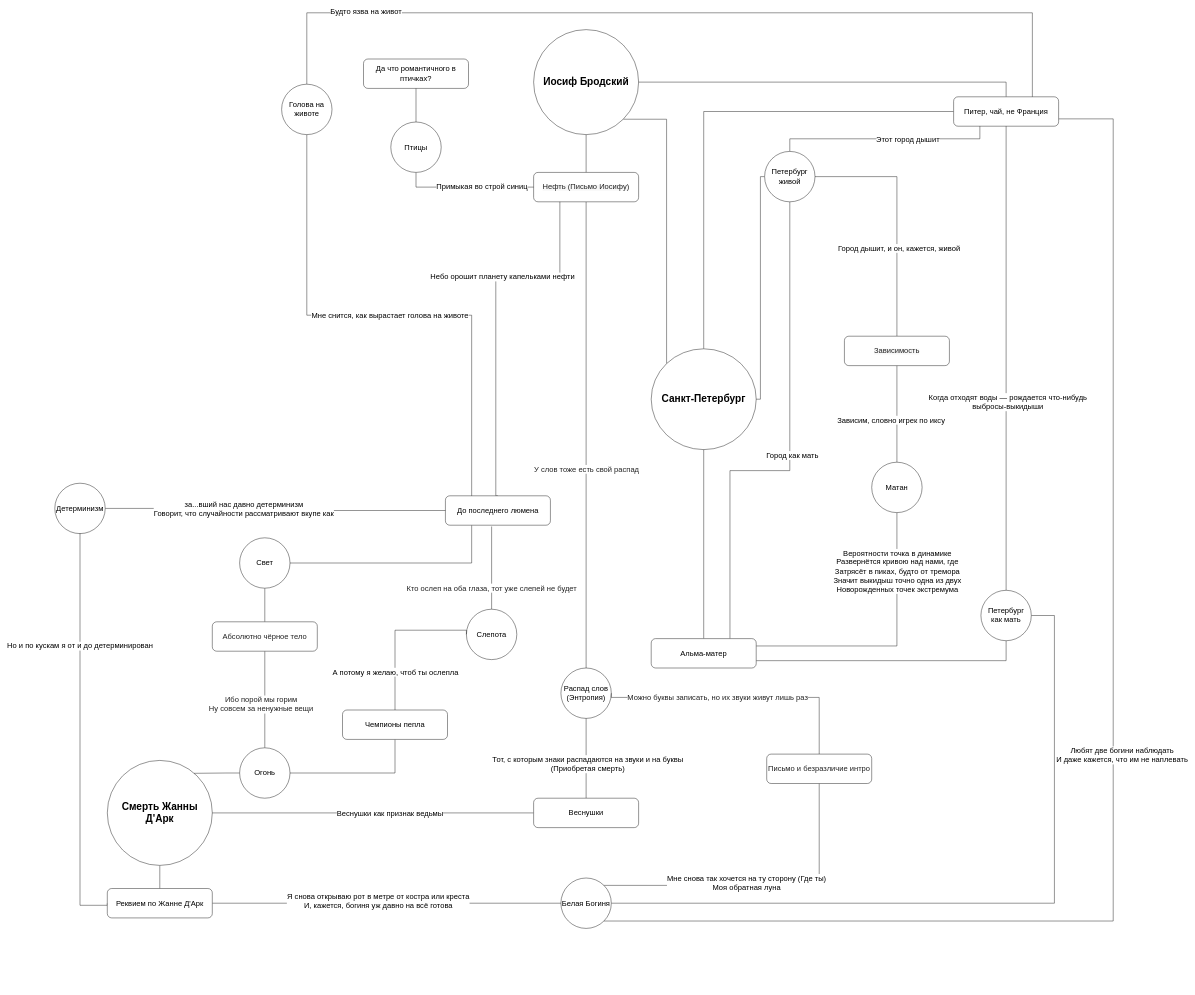
This is Untitled Diagram.drawio from RainDreamerX/pyrokinesis, a draw.io file, before an edit. Source tidied: cells renumbered, new cells numbered last; positions are measured from the earlier drawing's top-left corner, leaving out a move shared by most shapes. Both pictures are drawn from the tidied source at 42%, with x=0, y=0 at pixel (55, 13).
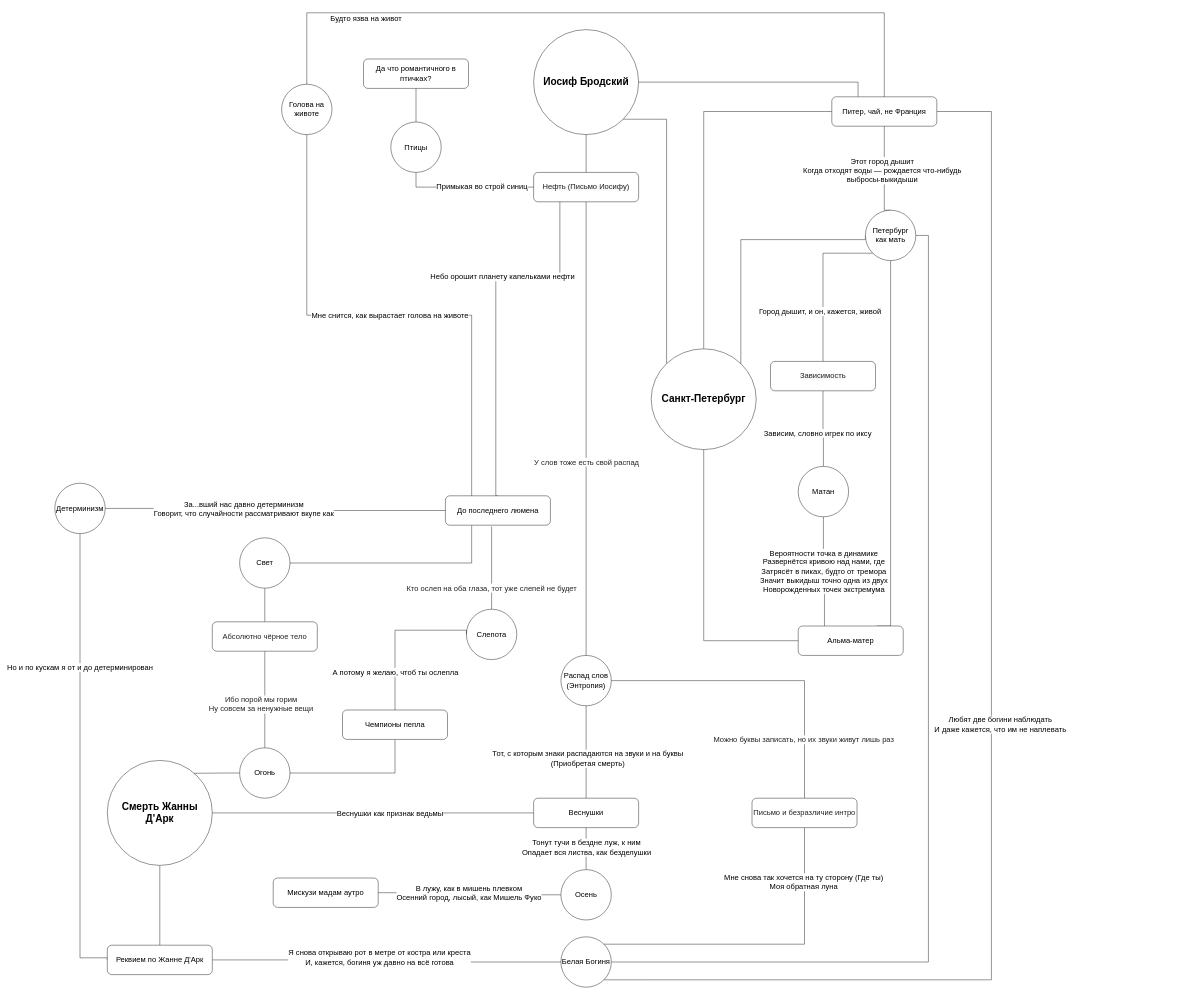
After the change.

The change refers to these unchanged cells:
```xml
<mxCell id="4" value="&lt;b&gt;&lt;font style=&quot;font-size: 24px&quot;&gt;Санкт-Петербург&lt;/font&gt;&lt;/b&gt;" style="ellipse;whiteSpace=wrap;html=1;" parent="1" vertex="1">
  <mxGeometry x="1420" y="800" width="250" height="240" as="geometry" />
</mxCell>
<mxCell id="6" value="&lt;b&gt;&lt;font style=&quot;font-size: 24px&quot;&gt;Иосиф Бродский&lt;/font&gt;&lt;/b&gt;" style="ellipse;whiteSpace=wrap;html=1;" parent="1" vertex="1">
  <mxGeometry x="1140" y="40" width="250" height="250" as="geometry" />
</mxCell>
<mxCell id="66" value="&lt;font style=&quot;font-size: 18px&quot;&gt;Веснушки&lt;/font&gt;" style="rounded=1;whiteSpace=wrap;html=1;" parent="1" vertex="1">
  <mxGeometry x="1140" y="1870" width="250" height="70" as="geometry" />
</mxCell>
<mxCell id="71" style="edgeStyle=orthogonalEdgeStyle;rounded=0;jettySize=auto;html=1;entryX=0;entryY=0.5;entryDx=0;entryDy=0;endArrow=none;endFill=0;" parent="1" edge="1" source="73" target="65">
  <mxGeometry relative="1" as="geometry" />
</mxCell>
<mxCell id="73" value="&lt;font style=&quot;font-size: 18px&quot;&gt;Детерминизм&lt;/font&gt;" style="ellipse;whiteSpace=wrap;html=1;" parent="1" vertex="1">
  <mxGeometry y="1120" width="120" height="120" as="geometry" />
</mxCell>
<mxCell id="76" value="&lt;span style=&quot;font-size: 18px&quot;&gt;Голова на животе&lt;/span&gt;" style="ellipse;whiteSpace=wrap;html=1;" parent="1" vertex="1">
  <mxGeometry x="540" y="170" width="120" height="120" as="geometry" />
</mxCell>
```

The edit, as a diff of the source:
```diff
@@
     <mxCell id="9" value="&lt;font style=&quot;font-size: 18px&quot;&gt;Распад слов (Энтропия)&lt;/font&gt;" style="ellipse;whiteSpace=wrap;html=1;" parent="1" vertex="1">
-      <mxGeometry x="1205" y="1560" width="120" height="120" as="geometry" />
+      <mxGeometry x="1205" y="1530" width="120" height="120" as="geometry" />
     </mxCell>
     <mxCell id="10" style="edgeStyle=orthogonalEdgeStyle;rounded=0;jettySize=auto;html=1;entryX=1;entryY=0.5;entryDx=0;entryDy=0;endArrow=none;endFill=0;exitX=0.5;exitY=0;exitDx=0;exitDy=0;" parent="1" edge="1" source="14" target="9">
       <mxGeometry relative="1" as="geometry">
         <Array as="points">
-          <mxPoint x="1820" y="1630" />
-          <mxPoint x="1325" y="1630" />
+          <mxPoint x="1785" y="1590" />
         </Array>
       </mxGeometry>
     </mxCell>
     <mxCell id="11" value="&lt;span style=&quot;color: rgb(34 , 34 , 34) ; font-family: &amp;#34;programme&amp;#34; , &amp;#34;arial&amp;#34; , sans-serif ; font-size: 18px&quot;&gt;Можно буквы записать, но их звуки живут лишь раз&lt;/span&gt;" style="edgeLabel;html=1;align=center;verticalAlign=middle;" parent="10" vertex="1">
       <mxGeometry x="-0.16" y="1" relative="1" as="geometry">
-        <mxPoint x="-108.3" y="-1" as="offset" />
+        <mxPoint x="28.6" y="139" as="offset" />
       </mxGeometry>
     </mxCell>
     <mxCell id="12" style="edgeStyle=orthogonalEdgeStyle;rounded=0;jettySize=auto;html=1;endArrow=none;endFill=0;exitX=0.5;exitY=1;exitDx=0;exitDy=0;entryX=1;entryY=0;entryDx=0;entryDy=0;" parent="1" edge="1" source="14" target="49">
       <mxGeometry relative="1" as="geometry">
         <Array as="points">
-          <mxPoint x="1820" y="2078" />
+          <mxPoint x="1785" y="2218" />
         </Array>
       </mxGeometry>
     </mxCell>
     <mxCell id="13" value="&lt;div&gt;&lt;span style=&quot;font-size: 18px&quot;&gt;Мне снова так хочется на ту сторону (Где ты)&lt;/span&gt;&lt;/div&gt;&lt;div&gt;&lt;span style=&quot;font-size: 18px&quot;&gt;Моя обратная луна&lt;/span&gt;&lt;/div&gt;" style="edgeLabel;html=1;align=center;verticalAlign=middle;" parent="12" vertex="1">
       <mxGeometry x="0.1" y="-6" relative="1" as="geometry">
-        <mxPoint x="-1" as="offset" />
+        <mxPoint x="134.6" y="-141.6" as="offset" />
       </mxGeometry>
     </mxCell>
     <mxCell id="14" value="&lt;font size=&quot;1&quot;&gt;&lt;span style=&quot;color: rgb(34 , 34 , 34) ; font-family: &amp;#34;programme&amp;#34; , &amp;#34;arial&amp;#34; , sans-serif ; font-size: 18px ; background-color: rgb(255 , 255 , 255)&quot;&gt;Письмо и безразличие интро&lt;/span&gt;&lt;/font&gt;" style="rounded=1;whiteSpace=wrap;html=1;" parent="1" vertex="1">
-      <mxGeometry x="1695" y="1765" width="250" height="70" as="geometry" />
+      <mxGeometry x="1660" y="1870" width="250" height="70" as="geometry" />
     </mxCell>
@@
-    <mxCell id="25" style="edgeStyle=orthogonalEdgeStyle;rounded=0;jettySize=auto;html=1;entryX=1;entryY=0.5;entryDx=0;entryDy=0;endArrow=none;endFill=0;exitX=0.5;exitY=0;exitDx=0;exitDy=0;" parent="1" edge="1" source="27" target="60">
-      <mxGeometry relative="1" as="geometry" />
+    <mxCell id="25" style="edgeStyle=orthogonalEdgeStyle;rounded=0;jettySize=auto;html=1;endArrow=none;endFill=0;exitX=0.5;exitY=0;exitDx=0;exitDy=0;entryX=0;entryY=1;entryDx=0;entryDy=0;" parent="1" edge="1" source="27" target="60">
+      <mxGeometry relative="1" as="geometry">
+        <Array as="points">
+          <mxPoint x="1829" y="572" />
+        </Array>
+      </mxGeometry>
     </mxCell>
     <mxCell id="26" value="&lt;font style=&quot;font-size: 18px&quot;&gt;Город дышит, и он, кажется, живой&lt;/font&gt;" style="edgeLabel;html=1;align=center;verticalAlign=middle;" parent="25" vertex="1">
       <mxGeometry x="0.58" y="6" relative="1" as="geometry">
-        <mxPoint x="78.3" y="164" as="offset" />
+        <mxPoint x="-47.4" y="143.6" as="offset" />
       </mxGeometry>
     </mxCell>
     <mxCell id="27" value="&lt;font color=&quot;#222222&quot; face=&quot;programme, arial, sans-serif&quot;&gt;&lt;span style=&quot;background-color: rgb(247 , 247 , 247)&quot;&gt;&lt;font style=&quot;font-size: 18px&quot;&gt;Зависимость&lt;/font&gt;&lt;br&gt;&lt;/span&gt;&lt;/font&gt;" style="rounded=1;whiteSpace=wrap;html=1;" parent="1" vertex="1">
-      <mxGeometry x="1880" y="770" width="250" height="70" as="geometry" />
+      <mxGeometry x="1704" y="830" width="250" height="70" as="geometry" />
     </mxCell>
@@
-    <mxCell id="33" style="edgeStyle=orthogonalEdgeStyle;rounded=0;jettySize=auto;html=1;entryX=1;entryY=0.5;entryDx=0;entryDy=0;endArrow=none;endFill=0;exitX=0.5;exitY=0;exitDx=0;exitDy=0;" parent="1" edge="1" source="43" target="6">
+    <mxCell id="33" style="edgeStyle=orthogonalEdgeStyle;rounded=0;jettySize=auto;html=1;entryX=1;entryY=0.5;entryDx=0;entryDy=0;endArrow=none;endFill=0;exitX=0.25;exitY=0;exitDx=0;exitDy=0;" parent="1" edge="1" source="43" target="6">
       <mxGeometry relative="1" as="geometry" />
     </mxCell>
@@
-    <mxCell id="41" style="edgeStyle=orthogonalEdgeStyle;rounded=0;jettySize=auto;html=1;endArrow=none;endFill=0;exitX=1;exitY=0.75;exitDx=0;exitDy=0;entryX=1;entryY=1;entryDx=0;entryDy=0;" parent="1" edge="1" source="43" target="49">
+    <mxCell id="41" style="edgeStyle=orthogonalEdgeStyle;rounded=0;jettySize=auto;html=1;endArrow=none;endFill=0;exitX=1;exitY=0.5;exitDx=0;exitDy=0;entryX=1;entryY=1;entryDx=0;entryDy=0;" parent="1" edge="1" source="43" target="49">
       <mxGeometry relative="1" as="geometry">
         <Array as="points">
-          <mxPoint x="2520" y="253" />
-          <mxPoint x="2520" y="2162" />
-          <mxPoint x="1307" y="2162" />
+          <mxPoint x="2230" y="235" />
+          <mxPoint x="2230" y="2302" />
         </Array>
       </mxGeometry>
     </mxCell>
@@
     <mxCell id="43" value="&lt;span style=&quot;font-size: 18px&quot;&gt;Питер, чай, не Франция&lt;/span&gt;" style="rounded=1;whiteSpace=wrap;html=1;" parent="1" vertex="1">
-      <mxGeometry x="2140" y="200" width="250" height="70" as="geometry" />
+      <mxGeometry x="1850" y="200" width="250" height="70" as="geometry" />
     </mxCell>
-    <mxCell id="44" style="edgeStyle=orthogonalEdgeStyle;rounded=0;jettySize=auto;html=1;entryX=0.5;entryY=1;entryDx=0;entryDy=0;endArrow=none;endFill=0;" parent="1" edge="1" source="48" target="43">
-      <mxGeometry relative="1" as="geometry" />
+    <mxCell id="44" style="edgeStyle=orthogonalEdgeStyle;rounded=0;jettySize=auto;html=1;entryX=0.5;entryY=1;entryDx=0;entryDy=0;endArrow=none;endFill=0;exitX=0.5;exitY=0;exitDx=0;exitDy=0;" parent="1" edge="1" source="60" target="43">
+      <mxGeometry relative="1" as="geometry">
+        <Array as="points">
+          <mxPoint x="1975" y="470" />
+        </Array>
+      </mxGeometry>
     </mxCell>
-    <mxCell id="45" value="&lt;div style=&quot;font-size: 18px&quot;&gt;&lt;font style=&quot;font-size: 18px&quot;&gt;Когда отходят воды — рождается что-нибудь&lt;br&gt;выбросы-выкидыши&lt;/font&gt;&lt;/div&gt;" style="edgeLabel;html=1;align=center;verticalAlign=middle;" parent="44" vertex="1">
+    <mxCell id="45" value="&lt;span style=&quot;font-size: 18px&quot;&gt;Этот город дышит&lt;/span&gt;&lt;div style=&quot;font-size: 18px&quot;&gt;&lt;font style=&quot;font-size: 18px&quot;&gt;Когда отходят воды — рождается что-нибудь&lt;br&gt;выбросы-выкидыши&lt;/font&gt;&lt;/div&gt;" style="edgeLabel;html=1;align=center;verticalAlign=middle;" parent="44" vertex="1">
       <mxGeometry x="-0.19" y="-3" relative="1" as="geometry">
-        <mxPoint y="-1" as="offset" />
+        <mxPoint x="-8.1" y="-22.9" as="offset" />
       </mxGeometry>
     </mxCell>
-    <mxCell id="46" style="edgeStyle=orthogonalEdgeStyle;rounded=0;jettySize=auto;html=1;entryX=1;entryY=0.75;entryDx=0;entryDy=0;endArrow=none;endFill=0;" parent="1" edge="1" source="48" target="55">
-      <mxGeometry relative="1" as="geometry">
-        <Array as="points">
-          <mxPoint x="2265" y="1543" />
-        </Array>
-      </mxGeometry>
-    </mxCell>
-    <mxCell id="47" style="edgeStyle=orthogonalEdgeStyle;rounded=0;jettySize=auto;html=1;endArrow=none;endFill=0;exitX=1;exitY=0.5;exitDx=0;exitDy=0;entryX=1;entryY=0.5;entryDx=0;entryDy=0;" parent="1" edge="1" source="48" target="49">
+    <mxCell id="47" style="edgeStyle=orthogonalEdgeStyle;rounded=0;jettySize=auto;html=1;endArrow=none;endFill=0;entryX=1;entryY=0.5;entryDx=0;entryDy=0;exitX=1;exitY=0.5;exitDx=0;exitDy=0;" parent="1" edge="1" source="60" target="49">
       <mxGeometry relative="1" as="geometry">
         <Array as="points">
-          <mxPoint x="2380" y="1435" />
-          <mxPoint x="2380" y="2120" />
+          <mxPoint x="2080" y="530" />
+          <mxPoint x="2080" y="2260" />
         </Array>
       </mxGeometry>
     </mxCell>
-    <mxCell id="48" value="&lt;font style=&quot;font-size: 18px&quot;&gt;Петербург&lt;br&gt;как мать&lt;/font&gt;" style="ellipse;whiteSpace=wrap;html=1;" parent="1" vertex="1">
-      <mxGeometry x="2205" y="1375" width="120" height="120" as="geometry" />
-    </mxCell>
     <mxCell id="49" value="&lt;span style=&quot;font-size: 18px&quot;&gt;Белая Богиня&lt;/span&gt;" style="ellipse;whiteSpace=wrap;html=1;" parent="1" vertex="1">
-      <mxGeometry x="1205" y="2060" width="120" height="120" as="geometry" />
+      <mxGeometry x="1205" y="2200" width="120" height="120" as="geometry" />
     </mxCell>
-    <mxCell id="50" style="edgeStyle=orthogonalEdgeStyle;rounded=0;jettySize=auto;html=1;entryX=0.5;entryY=1;entryDx=0;entryDy=0;endArrow=none;endFill=0;" parent="1" edge="1" source="55" target="4">
+    <mxCell id="50" style="edgeStyle=orthogonalEdgeStyle;rounded=0;jettySize=auto;html=1;entryX=0.5;entryY=1;entryDx=0;entryDy=0;endArrow=none;endFill=0;exitX=0;exitY=0.5;exitDx=0;exitDy=0;" parent="1" edge="1" source="55" target="4">
       <mxGeometry relative="1" as="geometry" />
     </mxCell>
-    <mxCell id="51" style="edgeStyle=orthogonalEdgeStyle;rounded=0;jettySize=auto;html=1;entryX=0.5;entryY=1;entryDx=0;entryDy=0;endArrow=none;endFill=0;exitX=0.75;exitY=0;exitDx=0;exitDy=0;" parent="1" edge="1" source="55" target="60">
-      <mxGeometry relative="1" as="geometry">
-        <Array as="points">
-          <mxPoint x="1608" y="1090" />
-          <mxPoint x="1750" y="1090" />
-        </Array>
-      </mxGeometry>
-    </mxCell>
-    <mxCell id="52" value="&lt;span style=&quot;font-size: 18px&quot;&gt;Город как мать&lt;/span&gt;" style="edgeLabel;html=1;align=center;verticalAlign=middle;" parent="51" vertex="1">
-      <mxGeometry x="-0.02" y="1" relative="1" as="geometry">
-        <mxPoint x="6.3" as="offset" />
-      </mxGeometry>
-    </mxCell>
-    <mxCell id="53" style="edgeStyle=orthogonalEdgeStyle;rounded=0;jettySize=auto;html=1;endArrow=none;endFill=0;exitX=1;exitY=0.25;exitDx=0;exitDy=0;" parent="1" edge="1" source="55" target="56">
+    <mxCell id="53" style="edgeStyle=orthogonalEdgeStyle;rounded=0;jettySize=auto;html=1;endArrow=none;endFill=0;exitX=0.25;exitY=0;exitDx=0;exitDy=0;" parent="1" edge="1" source="55" target="56">
       <mxGeometry relative="1" as="geometry" />
     </mxCell>
     <mxCell id="54" value="&lt;div style=&quot;font-size: 18px&quot;&gt;&lt;font style=&quot;font-size: 18px&quot;&gt;Вероятности точка в динамике&lt;/font&gt;&lt;/div&gt;&lt;div style=&quot;font-size: 18px&quot;&gt;&lt;font style=&quot;font-size: 18px&quot;&gt;Развернётся кривою над нами, где&lt;/font&gt;&lt;/div&gt;&lt;div style=&quot;font-size: 18px&quot;&gt;&lt;font style=&quot;font-size: 18px&quot;&gt;Затрясёт в пиках, будто от тремора&lt;/font&gt;&lt;/div&gt;&lt;div style=&quot;font-size: 18px&quot;&gt;&lt;font style=&quot;font-size: 18px&quot;&gt;Значит выкидыш точно одна из двух&lt;/font&gt;&lt;/div&gt;&lt;div style=&quot;font-size: 18px&quot;&gt;&lt;font style=&quot;font-size: 18px&quot;&gt;Новорожденных точек экстремума&lt;/font&gt;&lt;/div&gt;" style="edgeLabel;html=1;align=center;verticalAlign=middle;" parent="53" vertex="1">
       <mxGeometry x="0.76" y="3" relative="1" as="geometry">
-        <mxPoint x="3" y="60.8" as="offset" />
+        <mxPoint x="3" y="98.1" as="offset" />
       </mxGeometry>
     </mxCell>
+    <mxCell id="51" style="edgeStyle=orthogonalEdgeStyle;rounded=0;jettySize=auto;html=1;entryX=0.5;entryY=1;entryDx=0;entryDy=0;endArrow=none;endFill=0;exitX=0.75;exitY=0;exitDx=0;exitDy=0;" parent="1" edge="1" source="55" target="60">
+      <mxGeometry relative="1" as="geometry">
+        <Array as="points">
+          <mxPoint x="1990" y="1460" />
+        </Array>
+      </mxGeometry>
+    </mxCell>
     <mxCell id="55" value="&lt;span style=&quot;font-size: 18px&quot;&gt;Альма-матер&lt;br&gt;&lt;/span&gt;" style="rounded=1;whiteSpace=wrap;html=1;" parent="1" vertex="1">
-      <mxGeometry x="1420" y="1490" width="250" height="70" as="geometry" />
+      <mxGeometry x="1770" y="1460" width="250" height="70" as="geometry" />
     </mxCell>
     <mxCell id="56" value="&lt;span style=&quot;font-size: 18px&quot;&gt;Матан&lt;/span&gt;" style="ellipse;whiteSpace=wrap;html=1;direction=south;" parent="1" vertex="1">
-      <mxGeometry x="1945" y="1070" width="120" height="120" as="geometry" />
+      <mxGeometry x="1770" y="1080" width="120" height="120" as="geometry" />
     </mxCell>
-    <mxCell id="57" style="edgeStyle=orthogonalEdgeStyle;rounded=0;jettySize=auto;html=1;entryX=0.25;entryY=1;entryDx=0;entryDy=0;endArrow=none;endFill=0;exitX=0.5;exitY=0;exitDx=0;exitDy=0;" parent="1" edge="1" source="60" target="43">
-      <mxGeometry relative="1" as="geometry">
-        <Array as="points">
-          <mxPoint x="1750" y="300" />
-          <mxPoint x="2203" y="300" />
-        </Array>
-      </mxGeometry>
-    </mxCell>
-    <mxCell id="58" value="&lt;font style=&quot;font-size: 18px&quot;&gt;Этот город дышит&lt;/font&gt;" style="edgeLabel;html=1;align=center;verticalAlign=middle;" parent="57" vertex="1">
-      <mxGeometry x="-0.71" y="1" relative="1" as="geometry">
-        <mxPoint x="236" y="1" as="offset" />
-      </mxGeometry>
-    </mxCell>
-    <mxCell id="59" style="edgeStyle=orthogonalEdgeStyle;rounded=0;jettySize=auto;html=1;entryX=1;entryY=0.5;entryDx=0;entryDy=0;endArrow=none;endFill=0;" parent="1" edge="1" source="60" target="4">
+    <mxCell id="59" style="edgeStyle=orthogonalEdgeStyle;rounded=0;jettySize=auto;html=1;entryX=1;entryY=0;entryDx=0;entryDy=0;endArrow=none;endFill=0;exitX=0;exitY=0.5;exitDx=0;exitDy=0;" parent="1" edge="1" source="60" target="4">
       <mxGeometry relative="1" as="geometry">
         <Array as="points">
-          <mxPoint x="1680" y="390" />
-          <mxPoint x="1680" y="920" />
+          <mxPoint x="1930" y="540" />
+          <mxPoint x="1633" y="540" />
         </Array>
       </mxGeometry>
     </mxCell>
-    <mxCell id="60" value="&lt;span style=&quot;font-size: 18px&quot;&gt;Петербург живой&lt;/span&gt;" style="ellipse;whiteSpace=wrap;html=1;" parent="1" vertex="1">
-      <mxGeometry x="1690" y="330" width="120" height="120" as="geometry" />
+    <mxCell id="60" value="&lt;span style=&quot;font-size: 18px&quot;&gt;Петербург&lt;br&gt;как мать&lt;/span&gt;" style="ellipse;whiteSpace=wrap;html=1;" parent="1" vertex="1">
+      <mxGeometry x="1930" y="470" width="120" height="120" as="geometry" />
     </mxCell>
@@
-    <mxCell id="63" style="edgeStyle=orthogonalEdgeStyle;rounded=0;jettySize=auto;html=1;entryX=0.75;entryY=0;entryDx=0;entryDy=0;endArrow=none;endFill=0;exitX=0.5;exitY=0;exitDx=0;exitDy=0;" parent="1" edge="1" source="76" target="43">
+    <mxCell id="63" style="edgeStyle=orthogonalEdgeStyle;rounded=0;jettySize=auto;html=1;entryX=0.5;entryY=0;entryDx=0;entryDy=0;endArrow=none;endFill=0;exitX=0.5;exitY=0;exitDx=0;exitDy=0;" parent="1" edge="1" source="76" target="43">
       <mxGeometry relative="1" as="geometry">
         <Array as="points">
           <mxPoint x="600" />
-          <mxPoint x="2328" />
+          <mxPoint x="1975" />
         </Array>
       </mxGeometry>
     </mxCell>
@@
     <mxCell id="67" value="&lt;font style=&quot;font-size: 18px&quot;&gt;Но и по кускам я от и до детерминирован&lt;/font&gt;" style="edgeStyle=orthogonalEdgeStyle;rounded=0;jettySize=auto;html=1;entryX=0.5;entryY=1;entryDx=0;entryDy=0;endArrow=none;endFill=0;exitX=0;exitY=0.5;exitDx=0;exitDy=0;" parent="1" edge="1" source="70" target="73">
       <mxGeometry x="0.41" relative="1" as="geometry">
         <Array as="points">
-          <mxPoint x="125" y="2125" />
-          <mxPoint x="60" y="2125" />
-          <mxPoint x="60" y="1230" />
+          <mxPoint x="125" y="2250" />
+          <mxPoint x="60" y="2250" />
         </Array>
       </mxGeometry>
     </mxCell>
@@
     <mxCell id="70" value="&lt;span style=&quot;font-size: 18px&quot;&gt;Реквием по Жанне Д'Арк&lt;br&gt;&lt;/span&gt;" style="rounded=1;whiteSpace=wrap;html=1;" parent="1" vertex="1">
-      <mxGeometry x="125" y="2085" width="250" height="70" as="geometry" />
+      <mxGeometry x="125" y="2220" width="250" height="70" as="geometry" />
     </mxCell>
@@
-    <mxCell id="72" value="&lt;div style=&quot;font-size: 18px&quot;&gt;&lt;font style=&quot;font-size: 18px&quot;&gt;за...вший нас давно детерминизм&lt;/font&gt;&lt;/div&gt;&lt;div style=&quot;font-size: 18px&quot;&gt;&lt;font style=&quot;font-size: 18px&quot;&gt;Говорит, что случайности рассматривают вкупе как&lt;/font&gt;&lt;/div&gt;" style="edgeLabel;html=1;align=center;verticalAlign=middle;" parent="71" vertex="1">
+    <mxCell id="72" value="&lt;div style=&quot;font-size: 18px&quot;&gt;&lt;font style=&quot;font-size: 18px&quot;&gt;За...вший нас давно детерминизм&lt;/font&gt;&lt;/div&gt;&lt;div style=&quot;font-size: 18px&quot;&gt;&lt;font style=&quot;font-size: 18px&quot;&gt;Говорит, что случайности рассматривают вкупе как&lt;/font&gt;&lt;/div&gt;" style="edgeLabel;html=1;align=center;verticalAlign=middle;" parent="71" vertex="1">
       <mxGeometry x="-0.4" y="3" relative="1" as="geometry">
         <mxPoint x="84.3" y="3" as="offset" />
       </mxGeometry>
     </mxCell>
@@
+    <mxCell id="83" value="&lt;font style=&quot;font-size: 18px&quot;&gt;Мискузи мадам аутро&lt;/font&gt;" style="rounded=1;whiteSpace=wrap;html=1;" parent="1" vertex="1">
+      <mxGeometry x="520" y="2060" width="250" height="70" as="geometry" />
+    </mxCell>
+    <mxCell id="84" style="edgeStyle=orthogonalEdgeStyle;rounded=0;jettySize=auto;html=1;entryX=0.5;entryY=1;entryDx=0;entryDy=0;endArrow=none;endFill=0;" parent="1" edge="1" source="88" target="66">
+      <mxGeometry relative="1" as="geometry" />
+    </mxCell>
+    <mxCell id="85" value="&lt;div style=&quot;font-size: 18px&quot;&gt;&lt;font style=&quot;font-size: 18px&quot;&gt;Тонут тучи в бездне луж, к ним&lt;/font&gt;&lt;/div&gt;&lt;div style=&quot;font-size: 18px&quot;&gt;&lt;font style=&quot;font-size: 18px&quot;&gt;Опадает вся листва, как безделушки&lt;/font&gt;&lt;/div&gt;" style="edgeLabel;html=1;align=center;verticalAlign=middle;" parent="84" vertex="1">
+      <mxGeometry x="0.25" y="2" relative="1" as="geometry">
+        <mxPoint x="2" y="10" as="offset" />
+      </mxGeometry>
+    </mxCell>
+    <mxCell id="86" style="edgeStyle=orthogonalEdgeStyle;rounded=0;jettySize=auto;html=1;entryX=1;entryY=0.5;entryDx=0;entryDy=0;endArrow=none;endFill=0;" parent="1" edge="1" source="88" target="83">
+      <mxGeometry relative="1" as="geometry" />
+    </mxCell>
+    <mxCell id="87" value="&lt;div style=&quot;font-size: 18px&quot;&gt;&lt;font style=&quot;font-size: 18px&quot;&gt;В лужу, как в мишень плевком&lt;/font&gt;&lt;/div&gt;&lt;div style=&quot;font-size: 18px&quot;&gt;&lt;font style=&quot;font-size: 18px&quot;&gt;Осенний город, лысый, как Мишель Фуко&lt;/font&gt;&lt;/div&gt;" style="edgeLabel;html=1;align=center;verticalAlign=middle;" parent="86" vertex="1">
+      <mxGeometry x="0.19" relative="1" as="geometry">
+        <mxPoint x="37.1" as="offset" />
+      </mxGeometry>
+    </mxCell>
+    <mxCell id="88" value="&lt;span style=&quot;font-size: 18px&quot;&gt;Осень&lt;/span&gt;" style="ellipse;whiteSpace=wrap;html=1;" parent="1" vertex="1">
+      <mxGeometry x="1205" y="2040" width="120" height="120" as="geometry" />
+    </mxCell>
```
